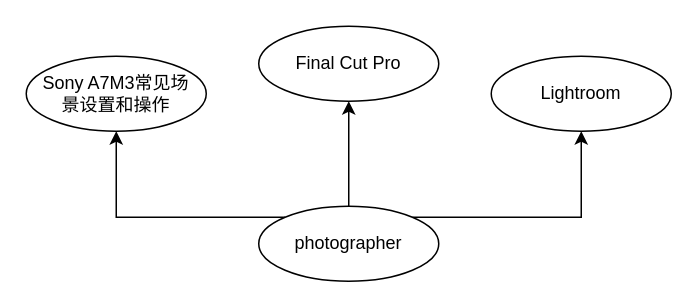
Above: page "photographer" (4 of 5) of knowledge-tree.drawio in quboqin/drawio (draw.io), before the change. Source tidied: cells renumbered, new cells numbered last; positions are measured from the earlier drawing's top-left corner, leaving out a move shared by most shapes. Both pictures are drawn from the tidied source at 150%, with x=0, y=0 at pixel (26, 26).
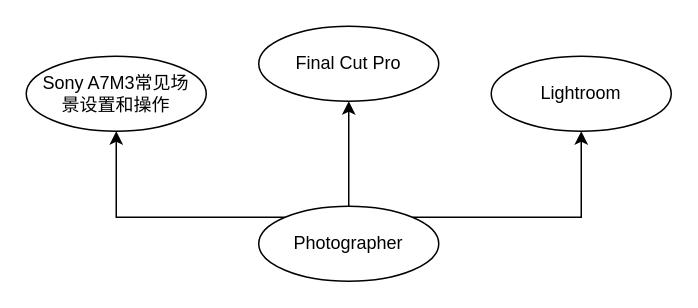
Above is the later version.

What changed in the source:
```diff
@@
 <mxGraphModel>
   <root>
     <mxCell id="0" />
     <mxCell id="1" parent="0" />
     <mxCell id="2" style="edgeStyle=orthogonalEdgeStyle;rounded=0;jettySize=auto;html=1;exitX=0.5;exitY=0;exitDx=0;exitDy=0;" parent="1" edge="1" source="5" target="7">
       <mxGeometry relative="1" as="geometry" />
     </mxCell>
     <mxCell id="3" style="edgeStyle=orthogonalEdgeStyle;rounded=0;jettySize=auto;html=1;exitX=0;exitY=0;exitDx=0;exitDy=0;" parent="1" edge="1" source="5" target="8">
       <mxGeometry relative="1" as="geometry" />
     </mxCell>
     <mxCell id="4" style="edgeStyle=orthogonalEdgeStyle;rounded=0;jettySize=auto;html=1;exitX=1;exitY=0;exitDx=0;exitDy=0;" parent="1" edge="1" source="5" target="6">
       <mxGeometry relative="1" as="geometry" />
     </mxCell>
-    <mxCell id="5" value="photographer" style="ellipse;whiteSpace=wrap;html=1;" parent="1" vertex="1">
+    <mxCell id="5" value="Photographer" style="ellipse;whiteSpace=wrap;html=1;" parent="1" vertex="1">
       <mxGeometry x="155" y="120" width="120" height="50" as="geometry" />
     </mxCell>
     <mxCell id="6" value="Lightroom" style="ellipse;whiteSpace=wrap;html=1;" parent="1" vertex="1">
       <mxGeometry x="310" y="20" width="120" height="50" as="geometry" />
     </mxCell>
     <mxCell id="7" value="Final Cut Pro" style="ellipse;whiteSpace=wrap;html=1;" parent="1" vertex="1">
       <mxGeometry x="155" width="120" height="50" as="geometry" />
     </mxCell>
     <mxCell id="8" value="Sony A7M3常见场景设置和操作" style="ellipse;whiteSpace=wrap;html=1;spacingLeft=10;spacingRight=10;" parent="1" vertex="1">
       <mxGeometry y="20" width="120" height="50" as="geometry" />
     </mxCell>
   </root>
 </mxGraphModel>
```
